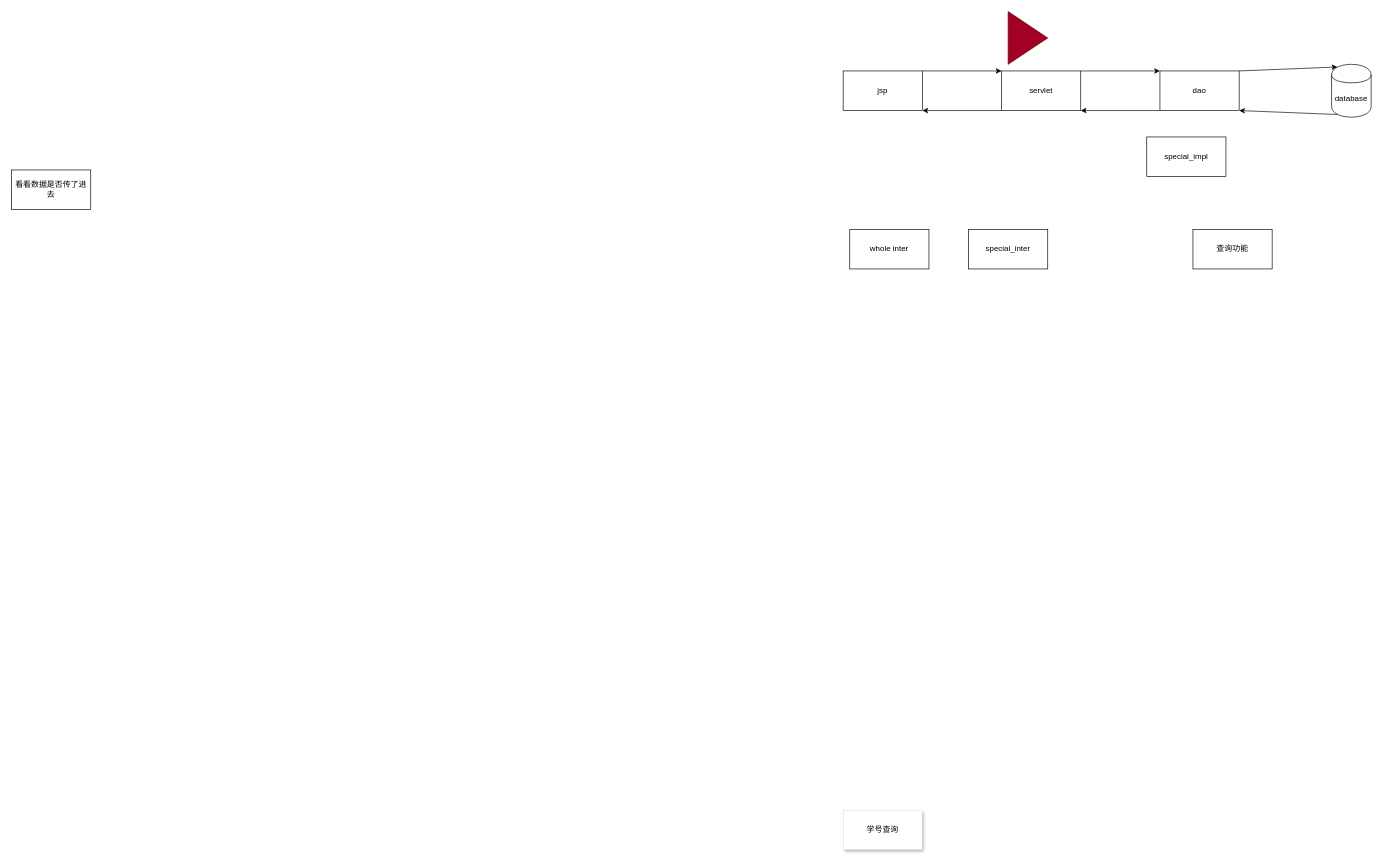
Above: dormsys/note/search.drawio in Canwaiting/note (draw.io), before the change. Source tidied: cells renumbered, new cells numbered last; positions are measured from the earlier drawing's top-left corner, leaving out a move shared by most shapes. Both pictures are drawn from the tidied source at 66%, with x=0, y=0 at pixel (11, 11).
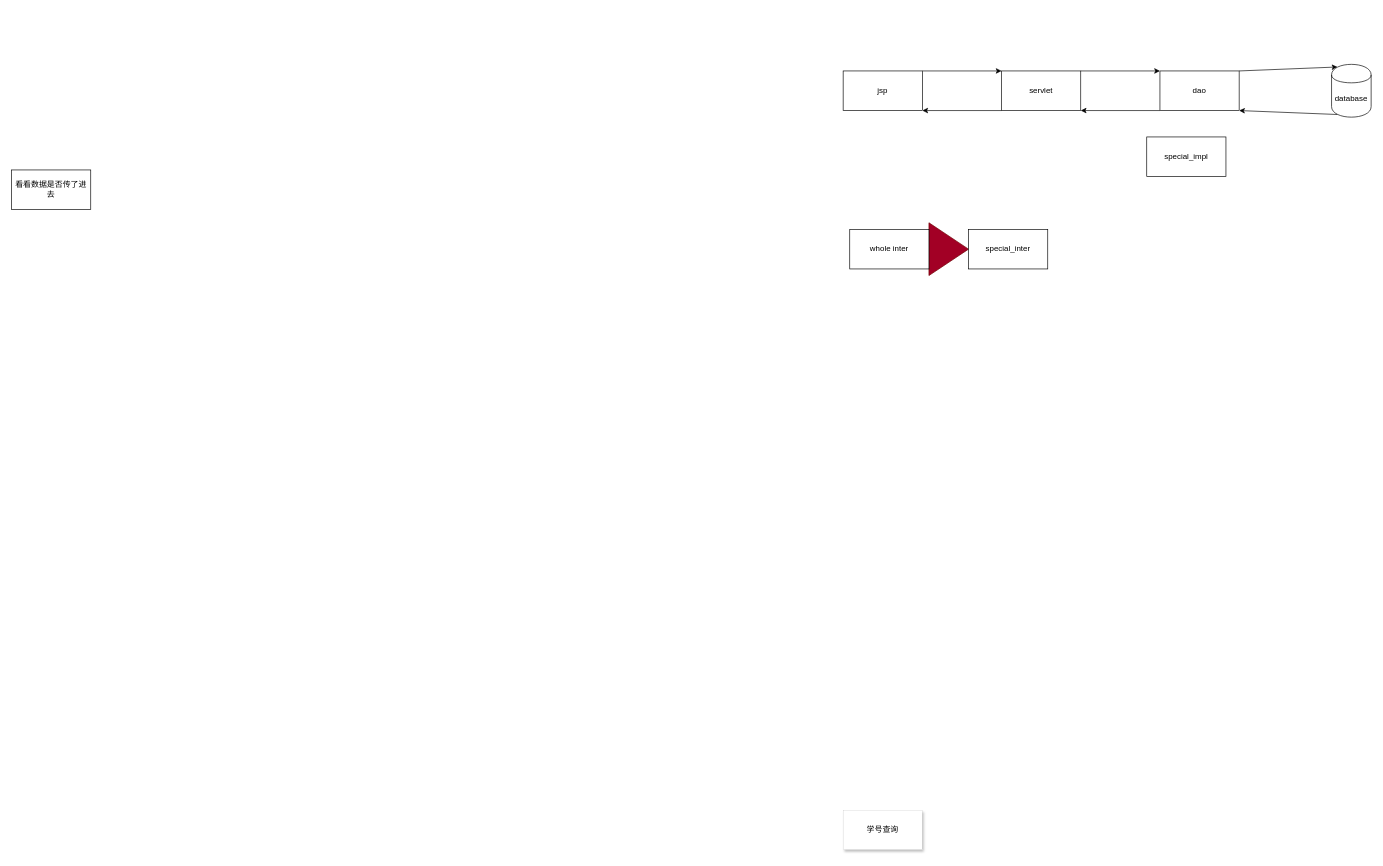
After the change.

Change to the diagram source:
```diff
@@
 <mxGraphModel background="#FFFFFF">
   <root>
     <mxCell id="0" />
     <mxCell id="1" parent="0" />
     <mxCell id="2" value="学号查询" style="whiteSpace=wrap;html=1;shadow=1;strokeWidth=0;" parent="1" vertex="1">
       <mxGeometry x="1260" y="1210" width="120" height="60" as="geometry" />
     </mxCell>
     <mxCell id="3" style="edgeStyle=none;html=1;exitX=1;exitY=0;exitDx=0;exitDy=0;entryX=0;entryY=0;entryDx=0;entryDy=0;strokeColor=#000000;" parent="1" edge="1" source="4" target="7">
       <mxGeometry relative="1" as="geometry" />
     </mxCell>
     <mxCell id="4" value="jsp" style="whiteSpace=wrap;html=1;" parent="1" vertex="1">
       <mxGeometry x="1260" y="90" width="120" height="60" as="geometry" />
     </mxCell>
     <mxCell id="5" style="edgeStyle=none;html=1;exitX=0;exitY=1;exitDx=0;exitDy=0;entryX=1;entryY=1;entryDx=0;entryDy=0;strokeColor=#000000;" parent="1" edge="1" source="7" target="4">
       <mxGeometry relative="1" as="geometry" />
     </mxCell>
     <mxCell id="6" style="edgeStyle=none;html=1;exitX=1;exitY=0;exitDx=0;exitDy=0;entryX=0;entryY=0;entryDx=0;entryDy=0;strokeColor=#000000;" parent="1" edge="1" source="7" target="10">
       <mxGeometry relative="1" as="geometry" />
     </mxCell>
     <mxCell id="7" value="servlet" style="whiteSpace=wrap;html=1;" parent="1" vertex="1">
       <mxGeometry x="1500" y="90" width="120" height="60" as="geometry" />
     </mxCell>
     <mxCell id="8" style="edgeStyle=none;html=1;exitX=0;exitY=1;exitDx=0;exitDy=0;entryX=1;entryY=1;entryDx=0;entryDy=0;strokeColor=#000000;" parent="1" edge="1" source="10" target="7">
       <mxGeometry relative="1" as="geometry" />
     </mxCell>
     <mxCell id="9" style="edgeStyle=none;html=1;exitX=1;exitY=0;exitDx=0;exitDy=0;entryX=0.15;entryY=0.05;entryDx=0;entryDy=0;entryPerimeter=0;strokeColor=#000000;" parent="1" edge="1" source="10" target="12">
       <mxGeometry relative="1" as="geometry" />
     </mxCell>
     <mxCell id="10" value="dao" style="whiteSpace=wrap;html=1;" parent="1" vertex="1">
       <mxGeometry x="1740" y="90" width="120" height="60" as="geometry" />
     </mxCell>
     <mxCell id="11" style="edgeStyle=none;html=1;exitX=0.15;exitY=0.95;exitDx=0;exitDy=0;exitPerimeter=0;entryX=1;entryY=1;entryDx=0;entryDy=0;strokeColor=#000000;" parent="1" edge="1" source="12" target="10">
       <mxGeometry relative="1" as="geometry" />
     </mxCell>
     <mxCell id="12" value="database" style="shape=cylinder;whiteSpace=wrap;html=1;boundedLbl=1;backgroundOutline=1;" parent="1" vertex="1">
       <mxGeometry x="2000" y="80" width="60" height="80" as="geometry" />
     </mxCell>
     <mxCell id="13" style="triangle;whiteSpace=wrap;html=1;fillColor=#a20025;strokeColor=#6F0000;fontColor=#ffffff;" parent="1" vertex="1">
-      <mxGeometry x="1510" width="60" height="80" as="geometry" />
+      <mxGeometry x="1390" y="320" width="60" height="80" as="geometry" />
     </mxCell>
     <mxCell id="14" value="看看数据是否传了进去" style="whiteSpace=wrap;html=1;" parent="1" vertex="1">
       <mxGeometry y="240" width="120" height="60" as="geometry" />
     </mxCell>
     <mxCell id="15" value="special_inter" style="whiteSpace=wrap;html=1;" parent="1" vertex="1">
       <mxGeometry x="1450" y="330" width="120" height="60" as="geometry" />
     </mxCell>
     <mxCell id="16" value="special_impl" style="whiteSpace=wrap;html=1;" parent="1" vertex="1">
       <mxGeometry x="1720" y="190" width="120" height="60" as="geometry" />
     </mxCell>
     <mxCell id="17" value="whole inter" style="whiteSpace=wrap;html=1;" parent="1" vertex="1">
       <mxGeometry x="1270" y="330" width="120" height="60" as="geometry" />
     </mxCell>
-    <mxCell id="18" value="查询功能" style="whiteSpace=wrap;html=1;" parent="1" vertex="1">
-      <mxGeometry x="1790" y="330" width="120" height="60" as="geometry" />
-    </mxCell>
   </root>
 </mxGraphModel>
```
